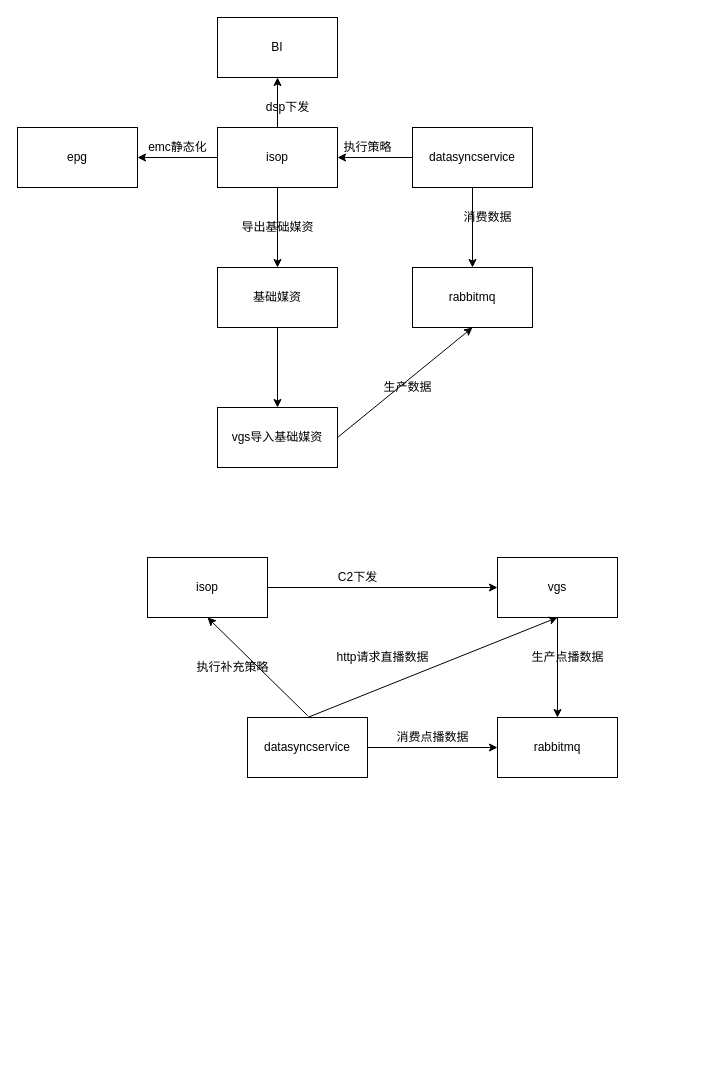
utscgeorge/processitemtest keeps this draw.io diagram as 日志分析dess.drawio. Above is the earlier version. Source tidied: cells renumbered, new cells numbered last; positions are measured from the earlier drawing's top-left corner, leaving out a move shared by most shapes. Both pictures are drawn from the tidied source at 100%, with x=0, y=0 at pixel (17, 17).
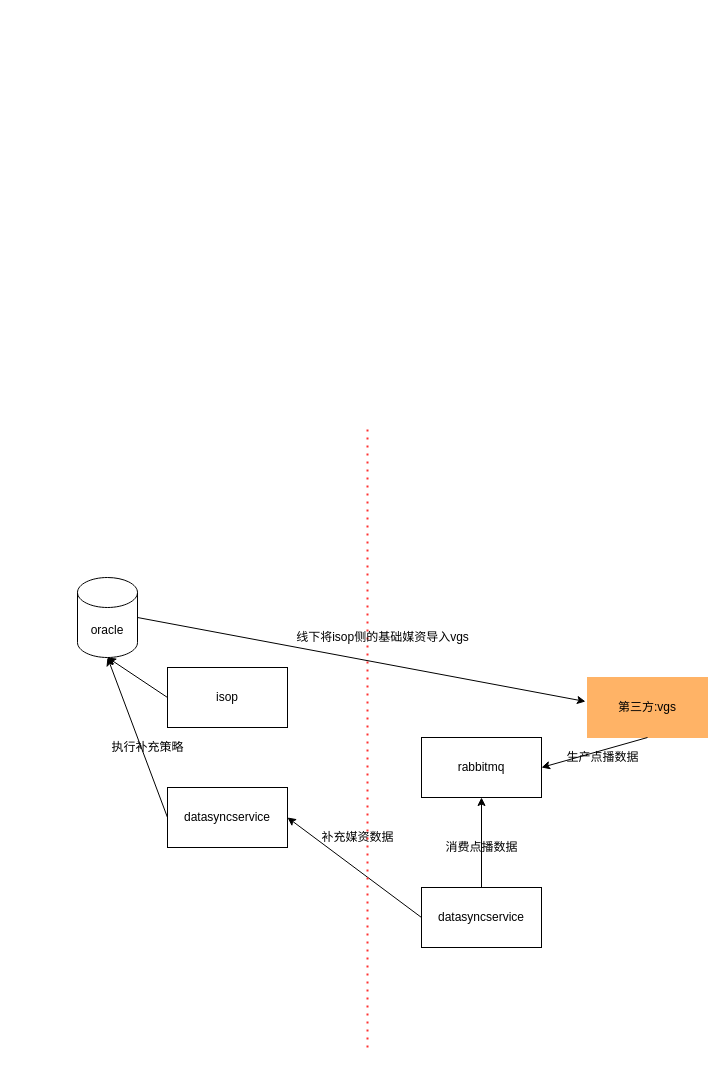
The same diagram, later.

Change to the diagram source:
```diff
@@
-    <mxCell id="2" value="BI&lt;br&gt;" style="whiteSpace=wrap;html=1;" parent="1" vertex="1">
-      <mxGeometry x="200" width="120" height="60" as="geometry" />
-    </mxCell>
-    <mxCell id="3" style="edgeStyle=orthogonalEdgeStyle;rounded=0;jettySize=auto;html=1;" parent="1" edge="1" source="6" target="2">
-      <mxGeometry relative="1" as="geometry" />
-    </mxCell>
-    <mxCell id="4" style="edgeStyle=orthogonalEdgeStyle;rounded=0;jettySize=auto;html=1;" parent="1" edge="1" source="6" target="7">
-      <mxGeometry relative="1" as="geometry" />
-    </mxCell>
-    <mxCell id="5" style="edgeStyle=orthogonalEdgeStyle;rounded=0;jettySize=auto;html=1;" parent="1" edge="1" source="6" target="11">
-      <mxGeometry relative="1" as="geometry" />
-    </mxCell>
-    <mxCell id="6" value="isop" style="whiteSpace=wrap;html=1;" parent="1" vertex="1">
-      <mxGeometry x="200" y="110" width="120" height="60" as="geometry" />
-    </mxCell>
-    <mxCell id="7" value="epg" style="whiteSpace=wrap;html=1;" parent="1" vertex="1">
-      <mxGeometry y="110" width="120" height="60" as="geometry" />
-    </mxCell>
-    <mxCell id="8" value="dsp下发" style="text;html=1;align=center;verticalAlign=middle;strokeColor=none;" parent="1" vertex="1">
-      <mxGeometry x="240" y="80" width="60" height="20" as="geometry" />
-    </mxCell>
-    <mxCell id="9" value="emc静态化" style="text;html=1;align=center;verticalAlign=middle;strokeColor=none;" parent="1" vertex="1">
-      <mxGeometry x="125" y="120" width="70" height="20" as="geometry" />
-    </mxCell>
-    <mxCell id="10" style="edgeStyle=orthogonalEdgeStyle;rounded=0;jettySize=auto;html=1;" parent="1" edge="1" source="11" target="13">
-      <mxGeometry relative="1" as="geometry" />
-    </mxCell>
-    <mxCell id="11" value="基础媒资" style="whiteSpace=wrap;html=1;" parent="1" vertex="1">
-      <mxGeometry x="200" y="250" width="120" height="60" as="geometry" />
-    </mxCell>
-    <mxCell id="12" value="导出基础媒资" style="text;html=1;align=center;verticalAlign=middle;strokeColor=none;" parent="1" vertex="1">
-      <mxGeometry x="215" y="200" width="90" height="20" as="geometry" />
-    </mxCell>
-    <mxCell id="13" value="vgs导入基础媒资" style="whiteSpace=wrap;html=1;" parent="1" vertex="1">
-      <mxGeometry x="200" y="390" width="120" height="60" as="geometry" />
-    </mxCell>
-    <mxCell id="14" style="endArrow=classic;html=1;exitX=1;exitY=0.5;exitDx=0;exitDy=0;entryX=0.5;entryY=1;entryDx=0;entryDy=0;" parent="1" edge="1" source="13" target="15">
-      <mxGeometry relative="1" as="geometry" />
-    </mxCell>
-    <mxCell id="15" value="rabbitmq" style="whiteSpace=wrap;html=1;" parent="1" vertex="1">
-      <mxGeometry x="395" y="250" width="120" height="60" as="geometry" />
-    </mxCell>
-    <mxCell id="16" style="edgeStyle=orthogonalEdgeStyle;rounded=0;jettySize=auto;html=1;" parent="1" edge="1" source="18" target="15">
-      <mxGeometry relative="1" as="geometry" />
-    </mxCell>
-    <mxCell id="17" style="edgeStyle=orthogonalEdgeStyle;rounded=0;jettySize=auto;html=1;" parent="1" edge="1" source="18" target="6">
-      <mxGeometry relative="1" as="geometry" />
-    </mxCell>
-    <mxCell id="18" value="datasyncservice" style="whiteSpace=wrap;html=1;" parent="1" vertex="1">
-      <mxGeometry x="395" y="110" width="120" height="60" as="geometry" />
-    </mxCell>
-    <mxCell id="19" value="消费数据" style="text;html=1;align=center;verticalAlign=middle;strokeColor=none;" parent="1" vertex="1">
-      <mxGeometry x="440" y="190" width="60" height="20" as="geometry" />
-    </mxCell>
-    <mxCell id="20" value="生产数据" style="text;html=1;align=center;verticalAlign=middle;strokeColor=none;" parent="1" vertex="1">
-      <mxGeometry x="360" y="360" width="60" height="20" as="geometry" />
-    </mxCell>
-    <mxCell id="21" value="执行策略" style="text;html=1;align=center;verticalAlign=middle;strokeColor=none;" parent="1" vertex="1">
-      <mxGeometry x="320" y="120" width="60" height="20" as="geometry" />
-    </mxCell>
-    <mxCell id="22" style="edgeStyle=orthogonalEdgeStyle;rounded=0;jettySize=auto;html=1;" parent="1" edge="1" source="23" target="26">
-      <mxGeometry relative="1" as="geometry" />
-    </mxCell>
-    <mxCell id="23" value="isop" style="whiteSpace=wrap;html=1;" parent="1" vertex="1">
-      <mxGeometry x="130" y="540" width="120" height="60" as="geometry" />
-    </mxCell>
-    <mxCell id="24" value="rabbitmq" style="whiteSpace=wrap;html=1;" parent="1" vertex="1">
-      <mxGeometry x="480" y="700" width="120" height="60" as="geometry" />
-    </mxCell>
-    <mxCell id="25" style="edgeStyle=orthogonalEdgeStyle;rounded=0;jettySize=auto;html=1;" parent="1" edge="1" source="26" target="24">
-      <mxGeometry relative="1" as="geometry" />
-    </mxCell>
-    <mxCell id="26" value="vgs" style="whiteSpace=wrap;html=1;" parent="1" vertex="1">
-      <mxGeometry x="480" y="540" width="120" height="60" as="geometry" />
-    </mxCell>
-    <mxCell id="27" value="C2下发" style="text;html=1;align=center;verticalAlign=middle;strokeColor=none;" parent="1" vertex="1">
-      <mxGeometry x="315" y="550" width="50" height="20" as="geometry" />
-    </mxCell>
+    <mxCell id="36" value="isop" style="whiteSpace=wrap;html=1;" parent="1" vertex="1">
+      <mxGeometry x="150" y="650" width="120" height="60" as="geometry" />
+    </mxCell>
+    <mxCell id="37" value="oracle" style="shape=cylinder3;whiteSpace=wrap;html=1;boundedLbl=1;backgroundOutline=1;size=15;" parent="1" vertex="1">
+      <mxGeometry x="60" y="560" width="60" height="80" as="geometry" />
+    </mxCell>
+    <mxCell id="38" style="endArrow=classic;html=1;exitX=0;exitY=0.5;exitDx=0;exitDy=0;entryX=0.5;entryY=1;entryDx=0;entryDy=0;entryPerimeter=0;" parent="1" edge="1" source="36" target="37">
+      <mxGeometry relative="1" as="geometry" />
+    </mxCell>
+    <mxCell id="39" value="datasyncservice" style="whiteSpace=wrap;html=1;" parent="1" vertex="1">
+      <mxGeometry x="150" y="770" width="120" height="60" as="geometry" />
+    </mxCell>
+    <mxCell id="40" style="edgeStyle=orthogonalEdgeStyle;rounded=0;jettySize=auto;html=1;" parent="1" edge="1" source="41" target="46">
+      <mxGeometry relative="1" as="geometry" />
+    </mxCell>
+    <mxCell id="41" value="datasyncservice" style="whiteSpace=wrap;html=1;" parent="1" vertex="1">
+      <mxGeometry x="404" y="870" width="120" height="60" as="geometry" />
+    </mxCell>
+    <mxCell id="42" value="第三方:vgs" style="whiteSpace=wrap;html=1;strokeColor=#FFB366;fillColor=#FFB366;" parent="1" vertex="1">
+      <mxGeometry x="570" y="660" width="120" height="60" as="geometry" />
+    </mxCell>
+    <mxCell id="43" style="endArrow=classic;html=1;exitX=0;exitY=0.5;exitDx=0;exitDy=0;entryX=1;entryY=0.5;entryDx=0;entryDy=0;entryPerimeter=0;" parent="1" edge="1" source="41" target="39">
+      <mxGeometry relative="1" as="geometry" />
+    </mxCell>
+    <mxCell id="44" value="补充媒资数据" style="text;html=1;align=center;verticalAlign=middle;strokeColor=none;" parent="1" vertex="1">
+      <mxGeometry x="295" y="810" width="90" height="20" as="geometry" />
+    </mxCell>
+    <mxCell id="45" style="endArrow=classic;html=1;exitX=0;exitY=0.5;exitDx=0;exitDy=0;" parent="1" edge="1" source="39">
+      <mxGeometry relative="1" as="geometry">
+        <mxPoint x="90" y="640" as="targetPoint" />
+      </mxGeometry>
+    </mxCell>
+    <mxCell id="35" value="执行补充策略" style="text;html=1;align=center;verticalAlign=middle;strokeColor=none;" parent="1" vertex="1">
+      <mxGeometry x="85" y="720" width="90" height="20" as="geometry" />
+    </mxCell>
+    <mxCell id="46" value="rabbitmq" style="whiteSpace=wrap;html=1;" parent="1" vertex="1">
+      <mxGeometry x="404" y="720" width="120" height="60" as="geometry" />
+    </mxCell>
+    <mxCell id="47" style="endArrow=classic;html=1;exitX=0.5;exitY=1;exitDx=0;exitDy=0;entryX=1;entryY=0.5;entryDx=0;entryDy=0;" parent="1" edge="1" source="42" target="46">
+      <mxGeometry relative="1" as="geometry" />
+    </mxCell>
     <mxCell id="28" value="生产点播数据" style="text;html=1;align=center;verticalAlign=middle;strokeColor=none;" parent="1" vertex="1">
-      <mxGeometry x="505" y="630" width="90" height="20" as="geometry" />
+      <mxGeometry x="540" y="730" width="90" height="20" as="geometry" />
     </mxCell>
-    <mxCell id="29" value="datasyncservice" style="whiteSpace=wrap;html=1;" parent="1" vertex="1">
-      <mxGeometry x="230" y="700" width="120" height="60" as="geometry" />
-    </mxCell>
-    <mxCell id="30" style="endArrow=classic;html=1;exitX=1;exitY=0.5;exitDx=0;exitDy=0;entryX=0;entryY=0.5;entryDx=0;entryDy=0;" parent="1" edge="1" source="29" target="24">
-      <mxGeometry relative="1" as="geometry" />
-    </mxCell>
-    <mxCell id="31" value="消费点播数据&lt;br&gt;" style="text;html=1;align=center;verticalAlign=middle;strokeColor=none;" parent="1" vertex="1">
-      <mxGeometry x="370" y="710" width="90" height="20" as="geometry" />
+    <mxCell id="31" value="消费点播数据" style="text;html=1;align=center;verticalAlign=middle;strokeColor=none;" parent="1" vertex="1">
+      <mxGeometry x="419" y="820" width="90" height="20" as="geometry" />
     </mxCell>
-    <mxCell id="32" style="endArrow=classic;html=1;exitX=0.5;exitY=0;exitDx=0;exitDy=0;entryX=0.5;entryY=1;entryDx=0;entryDy=0;entryPerimeter=0;" parent="1" edge="1" source="29" target="26">
-      <mxGeometry relative="1" as="geometry" />
-    </mxCell>
-    <mxCell id="33" value="http请求直播数据" style="text;html=1;align=center;verticalAlign=middle;strokeColor=none;" parent="1" vertex="1">
-      <mxGeometry x="310" y="630" width="110" height="20" as="geometry" />
-    </mxCell>
-    <mxCell id="34" style="endArrow=classic;html=1;entryX=0.5;entryY=1;entryDx=0;entryDy=0;" parent="1" edge="1" target="23">
-      <mxGeometry relative="1" as="geometry">
-        <mxPoint x="290" y="698" as="sourcePoint" />
-      </mxGeometry>
-    </mxCell>
-    <mxCell id="35" value="执行补充策略" style="text;html=1;align=center;verticalAlign=middle;strokeColor=none;" parent="1" vertex="1">
-      <mxGeometry x="170" y="640" width="90" height="20" as="geometry" />
-    </mxCell>
+    <mxCell id="48" style="endArrow=none;dashed=1;html=1;dashPattern=1 3;strokeWidth=2;strokeColor=#FF3333;" parent="1" edge="1">
+      <mxGeometry relative="1" as="geometry">
+        <mxPoint x="350" y="1030" as="sourcePoint" />
+        <mxPoint x="350" y="410" as="targetPoint" />
+      </mxGeometry>
+    </mxCell>
+    <mxCell id="49" style="endArrow=classic;html=1;exitX=1;exitY=0.5;exitDx=0;exitDy=0;entryX=-0.017;entryY=0.4;entryDx=0;entryDy=0;entryPerimeter=0;exitPerimeter=0;" parent="1" edge="1" source="37" target="42">
+      <mxGeometry relative="1" as="geometry" />
+    </mxCell>
+    <mxCell id="50" value="线下将isop侧的基础媒资导入vgs" style="text;html=1;align=center;verticalAlign=middle;strokeColor=none;" parent="1" vertex="1">
+      <mxGeometry x="270" y="610" width="190" height="20" as="geometry" />
+    </mxCell>
```
